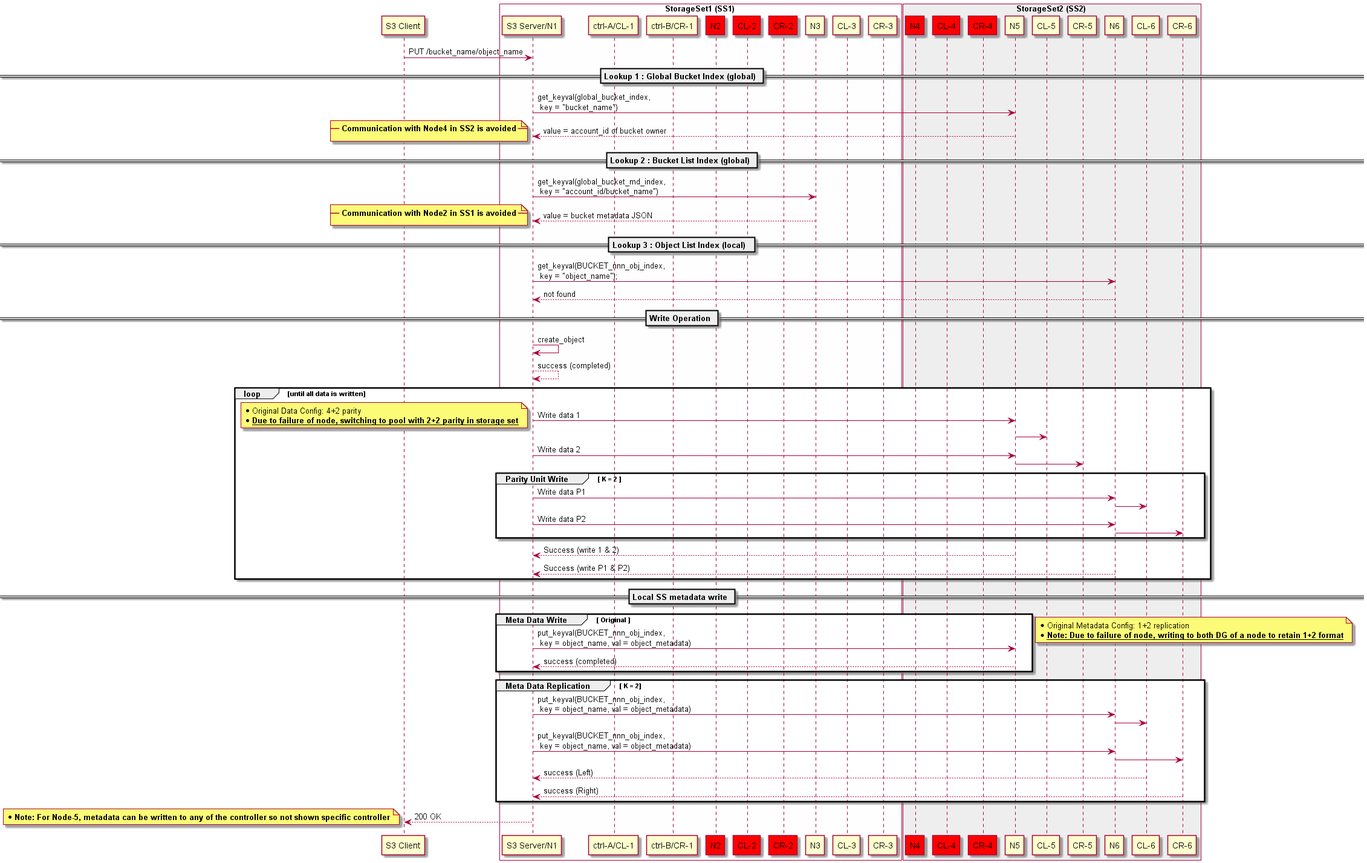
Above: doc/dev/ldrr2/usecases/images/simple_object_put_failed_node.png in Seagate/cortx-motr (PlantUML), before the change.
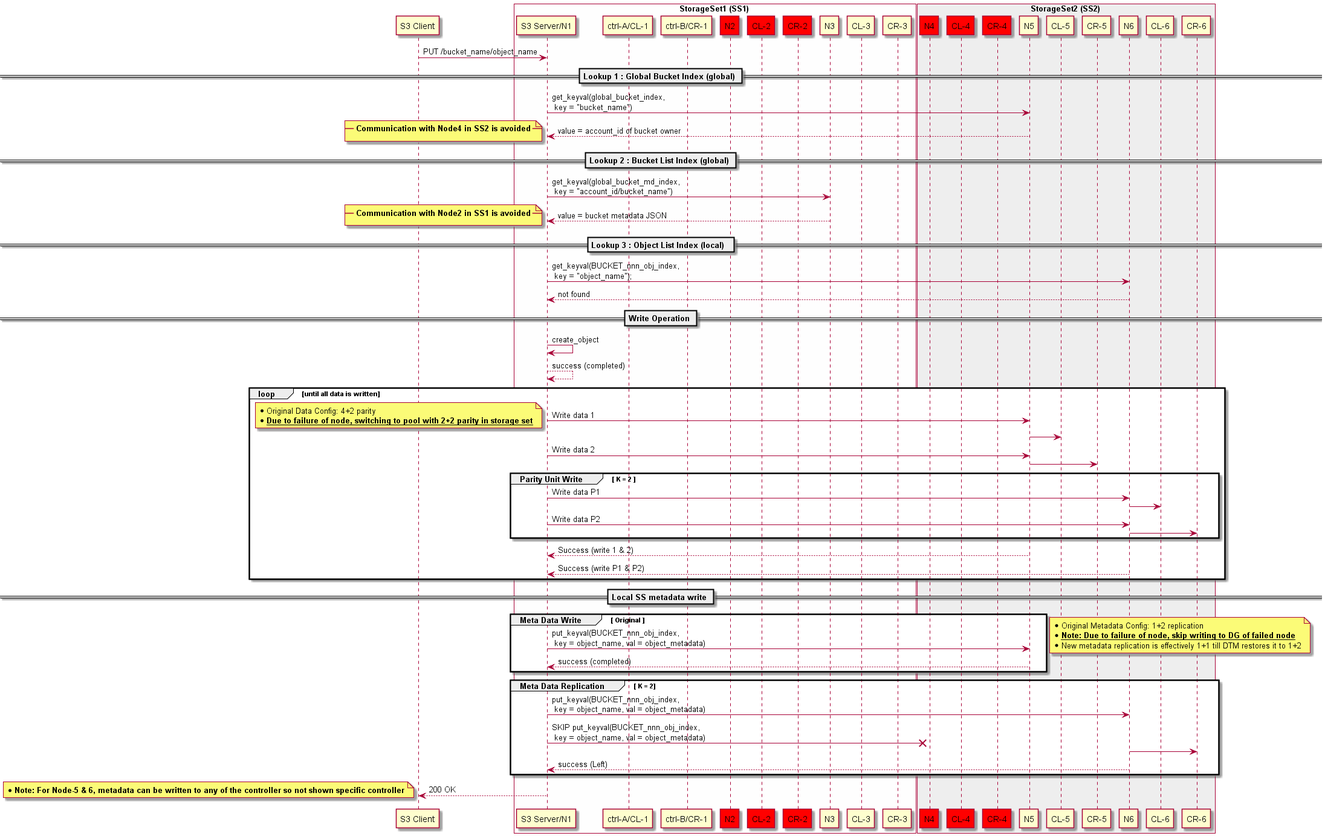
The same file after the commit.

Commit message:
Updating node failure metadata handling and network partition across SS

What changed in the source:
```diff
@@ -78,20 +78,19 @@
 end
 note left
    * Original Metadata Config: 1+2 replication
-   * __**Note: Due to failure of node, writing to both DG of a node to retain 1+2 format**__
+   * __**Note: Due to failure of node, skip writing to DG of failed node**__
+   * New metadata replication is effectively 1+1 till DTM restores it to 1+2
 end note
 
 group Meta Data Replication [ K = 2]
 N1 -> N6: put_keyval(BUCKET_nnn_obj_index,\n key = object_name, val = object_metadata)
-"N6" -> CL_6
-N1 -> N6: put_keyval(BUCKET_nnn_obj_index,\n key = object_name, val = object_metadata)
+N1 -X N4: SKIP put_keyval(BUCKET_nnn_obj_index,\n key = object_name, val = object_metadata)
 "N6" -> CR_6
-CL_6 --> N1: success (Left)
-CR_6 --> N1: success (Right)
+N6 --> N1: success (Left)
 end
 N1 --> client: 200 OK
 note left
-   * **Note: For Node-5, metadata can be written to any of the controller so not shown specific controller**
+   * **Note: For Node-5 & 6, metadata can be written to any of the controller so not shown specific controller**
 end note
 
 @enduml
```
